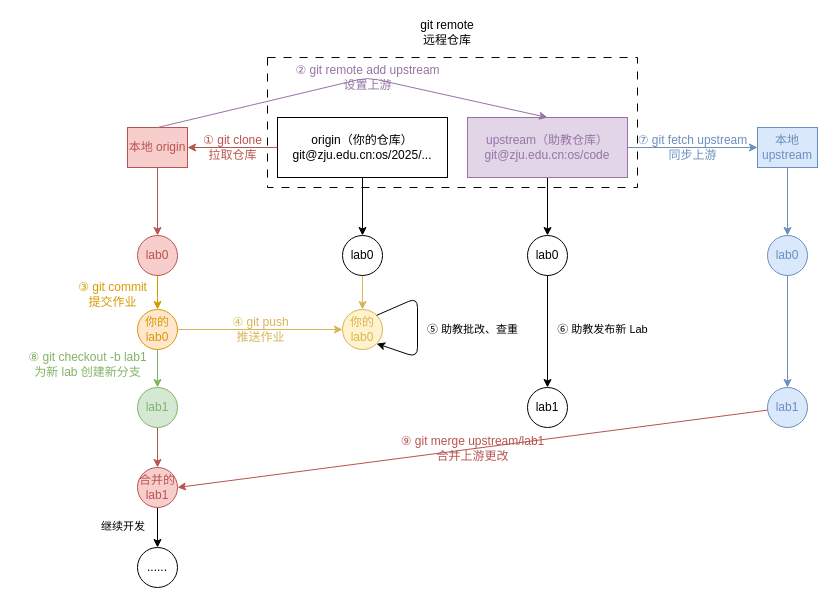
Above: docs/intro.assets/git.drawio in hharryz/zju-os-doc (draw.io), before the change. Source tidied: cells renumbered, new cells numbered last; positions are measured from the earlier drawing's top-left corner, leaving out a move shared by most shapes. Both pictures are drawn from the tidied source at 100%, with x=0, y=0 at pixel (17, 17).
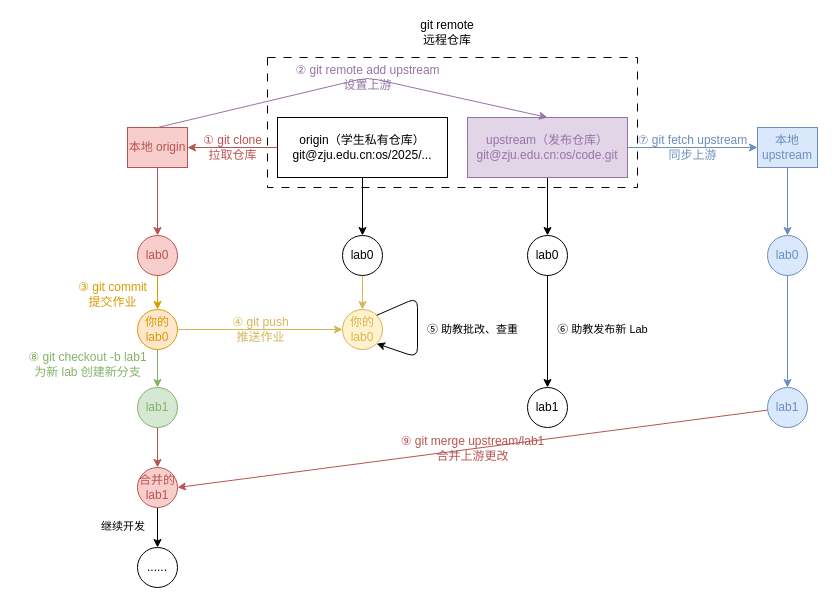
Above is the later version.

Change to the diagram source:
```diff
@@
-    <mxCell id="5" value="origin（你的仓库）&lt;div&gt;git@zju.edu.cn:os/2025/...&lt;/div&gt;" style="rounded=0;whiteSpace=wrap;html=1;" parent="1" vertex="1">
+    <mxCell id="5" value="origin（学生私有仓库）&lt;div&gt;git@zju.edu.cn:os/2025/...&lt;/div&gt;" style="rounded=0;whiteSpace=wrap;html=1;" parent="1" vertex="1">
       <mxGeometry x="260" y="100" width="170" height="60" as="geometry" />
     </mxCell>
@@
-    <mxCell id="8" value="&lt;font style=&quot;color: rgb(150, 115, 166);&quot;&gt;upstream（助教仓库）&lt;br&gt;&lt;/font&gt;&lt;div&gt;&lt;font style=&quot;color: rgb(150, 115, 166);&quot;&gt;git@zju.edu.cn:os/code&lt;/font&gt;&lt;/div&gt;" style="rounded=0;whiteSpace=wrap;html=1;fillColor=#e1d5e7;strokeColor=#9673a6;" parent="1" vertex="1">
+    <mxCell id="8" value="&lt;font style=&quot;color: rgb(150, 115, 166);&quot;&gt;upstream（发布仓库）&lt;br&gt;&lt;/font&gt;&lt;div&gt;&lt;font style=&quot;color: rgb(150, 115, 166);&quot;&gt;git@zju.edu.cn:os/code.git&lt;/font&gt;&lt;/div&gt;" style="rounded=0;whiteSpace=wrap;html=1;fillColor=#e1d5e7;strokeColor=#9673a6;" parent="1" vertex="1">
       <mxGeometry x="450" y="100" width="160" height="60" as="geometry" />
     </mxCell>
```
